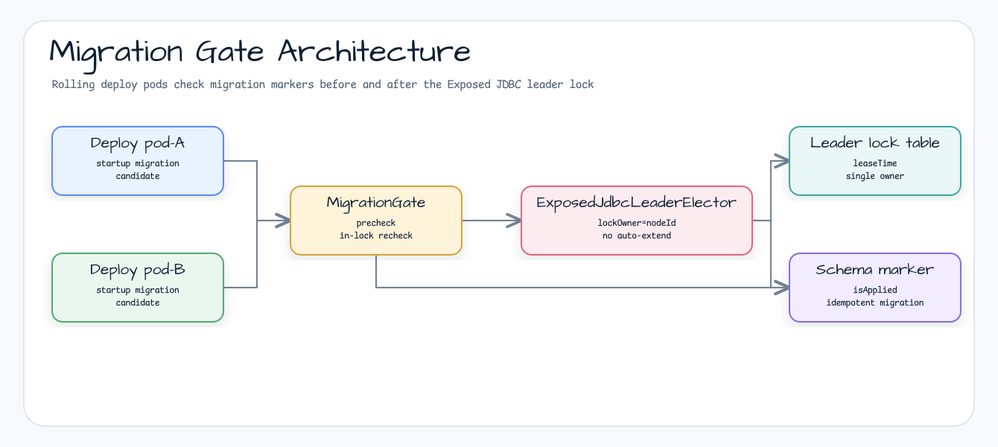
bluetape4k/bluetape4k-leader keeps this Graphviz diagram as docs/images/readme-diagrams/examples-migration-gate-architecture-01.png. Above is the earlier version. Its source is kept beside it as docs/images/readme-diagrams/examples-migration-gate-architecture-01.dot.
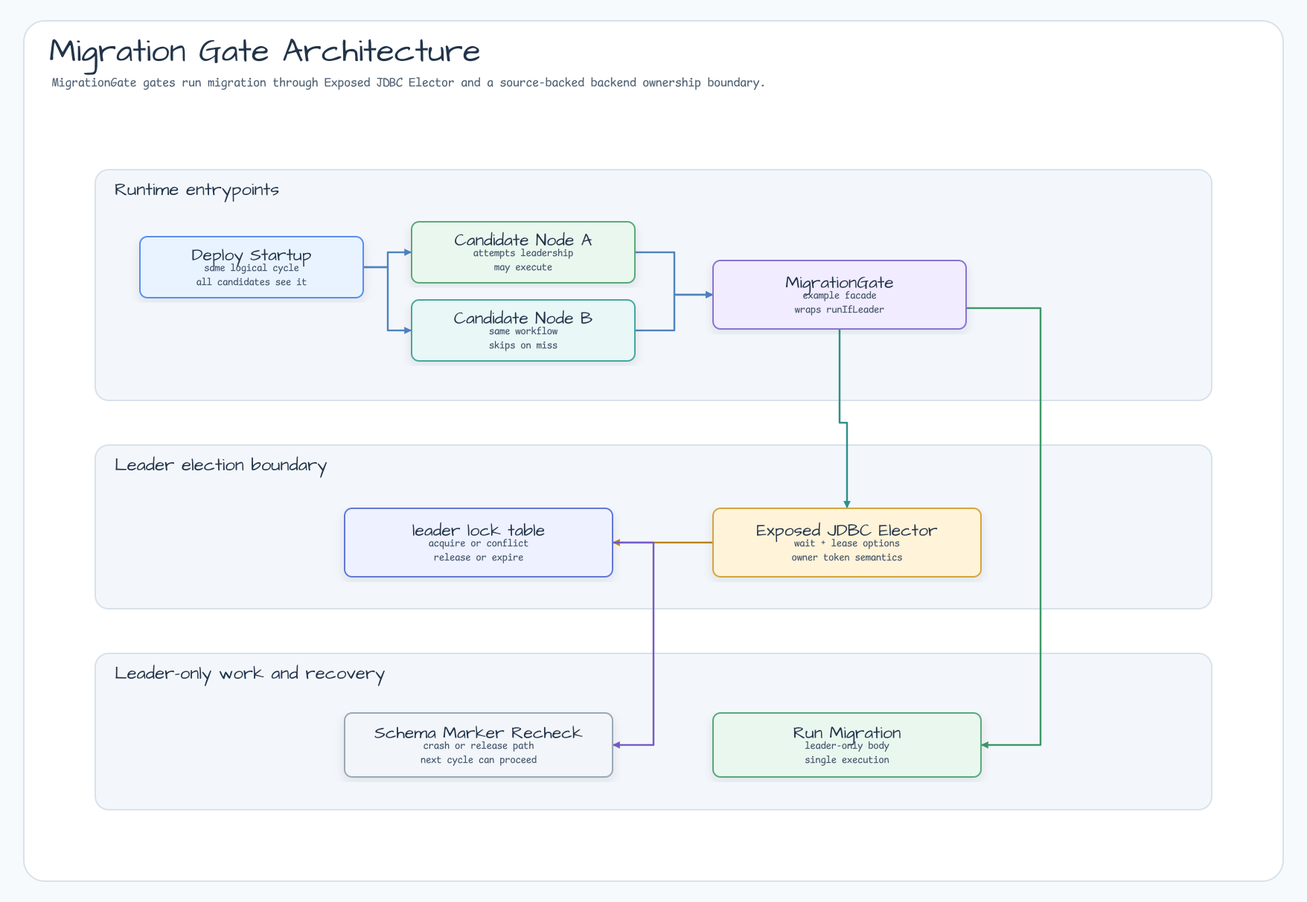
Above is the later version.

The edit, as a diff of the source:
```diff
@@ -1,39 +1,21 @@
 digraph "examples-migration-gate-architecture-01" {
-  graph [layout=neato, rankdir=LR, splines=ortho, overlap=false, outputorder=edgesfirst, nodesep=0.55, ranksep=0.75, bgcolor="transparent", label="Migration Gate Architecture", labelloc=t];
-  node [shape=box, style="rounded,filled", fontname="Architects Daughter", fontsize=18, margin="0.16,0.10"];
-  edge [color="#758297", penwidth=1.8, arrowsize=0.8, fontname="Comic Mono", fontsize=10];
-  n0 [label="Deploy pod-A", fillcolor="#ffffff", color="#5B8DEF", width=3.19, height=1.28, pos="185.00,484.00!"];
-  n1 [label="Deploy pod-B", fillcolor="#ffffff", color="#58A978", width=3.19, height=1.28, pos="185.00,314.00!"];
-  n2 [label="MigrationGate", fillcolor="#ffffff", color="#D6A441", width=3.19, height=1.28, pos="505.00,404.00!"];
-  n3 [label="ExposedJdbcLeaderElector", fillcolor="#ffffff", color="#DC6B82", width=4.31, height=1.28, pos="855.00,404.00!"];
-  n4 [label="Leader lock table", fillcolor="#ffffff", color="#45A7A1", width=3.19, height=1.28, pos="1175.00,484.00!"];
-  n5 [label="Schema marker", fillcolor="#ffffff", color="#8A72D6", width=3.19, height=1.28, pos="1175.00,314.00!"];
-  r1p1 [label="", shape=point, width=0.03, height=0.03, fixedsize=true, style=invis, pos="345.00,484.00!"];
-  r1p2 [label="", shape=point, width=0.03, height=0.03, fixedsize=true, style=invis, pos="345.00,404.00!"];
-  n0 -> r1p1 [arrowhead=none];
-  r1p1 -> r1p2 [arrowhead=none];
-  r1p2 -> n2 [];
-  r2p1 [label="", shape=point, width=0.03, height=0.03, fixedsize=true, style=invis, pos="345.00,314.00!"];
-  r2p2 [label="", shape=point, width=0.03, height=0.03, fixedsize=true, style=invis, pos="345.00,404.00!"];
-  n1 -> r2p1 [arrowhead=none];
-  r2p1 -> r2p2 [arrowhead=none];
-  r2p2 -> n2 [];
-  r3p1 [label="", shape=point, width=0.03, height=0.03, fixedsize=true, style=invis, pos="660.00,404.00!"];
-  r3p2 [label="", shape=point, width=0.03, height=0.03, fixedsize=true, style=invis, pos="660.00,404.00!"];
-  n2 -> r3p1 [arrowhead=none];
-  r3p1 -> r3p2 [arrowhead=none];
-  r3p2 -> n3 [];
-  r4p1 [label="", shape=point, width=0.03, height=0.03, fixedsize=true, style=invis, pos="1035.00,404.00!"];
-  r4p2 [label="", shape=point, width=0.03, height=0.03, fixedsize=true, style=invis, pos="1035.00,484.00!"];
-  n3 -> r4p1 [arrowhead=none];
-  r4p1 -> r4p2 [arrowhead=none];
-  r4p2 -> n4 [];
-  r5p1 [label="", shape=point, width=0.03, height=0.03, fixedsize=true, style=invis, pos="505.00,314.00!"];
-  n2 -> r5p1 [arrowhead=none];
-  r5p1 -> n5 [];
-  r6p1 [label="", shape=point, width=0.03, height=0.03, fixedsize=true, style=invis, pos="1035.00,404.00!"];
-  r6p2 [label="", shape=point, width=0.03, height=0.03, fixedsize=true, style=invis, pos="1035.00,314.00!"];
-  n3 -> r6p1 [arrowhead=none];
-  r6p1 -> r6p2 [arrowhead=none];
-  r6p2 -> n5 [];
+  graph [rankdir=LR, bgcolor="transparent", splines=ortho, nodesep=0.65, ranksep=0.9];
+  node [shape=box, style="rounded,filled", fillcolor="#F8FAFC", color="#94A3B8", fontname="Comic Mono"];
+  edge [color="#758297", fontname="Comic Mono", fontsize=10];
+  "trigger" [label="Deploy Startup"];
+  "nodeA" [label="Candidate Node A"];
+  "nodeB" [label="Candidate Node B"];
+  "coordinator" [label="MigrationGate"];
+  "backend" [label="leader lock table"];
+  "elector" [label="Exposed JDBC Elector"];
+  "recovery" [label="Schema Marker Recheck"];
+  "work" [label="Run Migration"];
+  "trigger" -> "nodeA" [label="call"];
+  "trigger" -> "nodeB" [label="call"];
+  "nodeA" -> "coordinator" [label="call"];
+  "nodeB" -> "coordinator" [label="call"];
+  "coordinator" -> "elector" [label="dependency"];
+  "elector" -> "backend" [label="contention"];
+  "coordinator" -> "work" [label="success"];
+  "backend" -> "recovery" [label="release"];
 }
```
